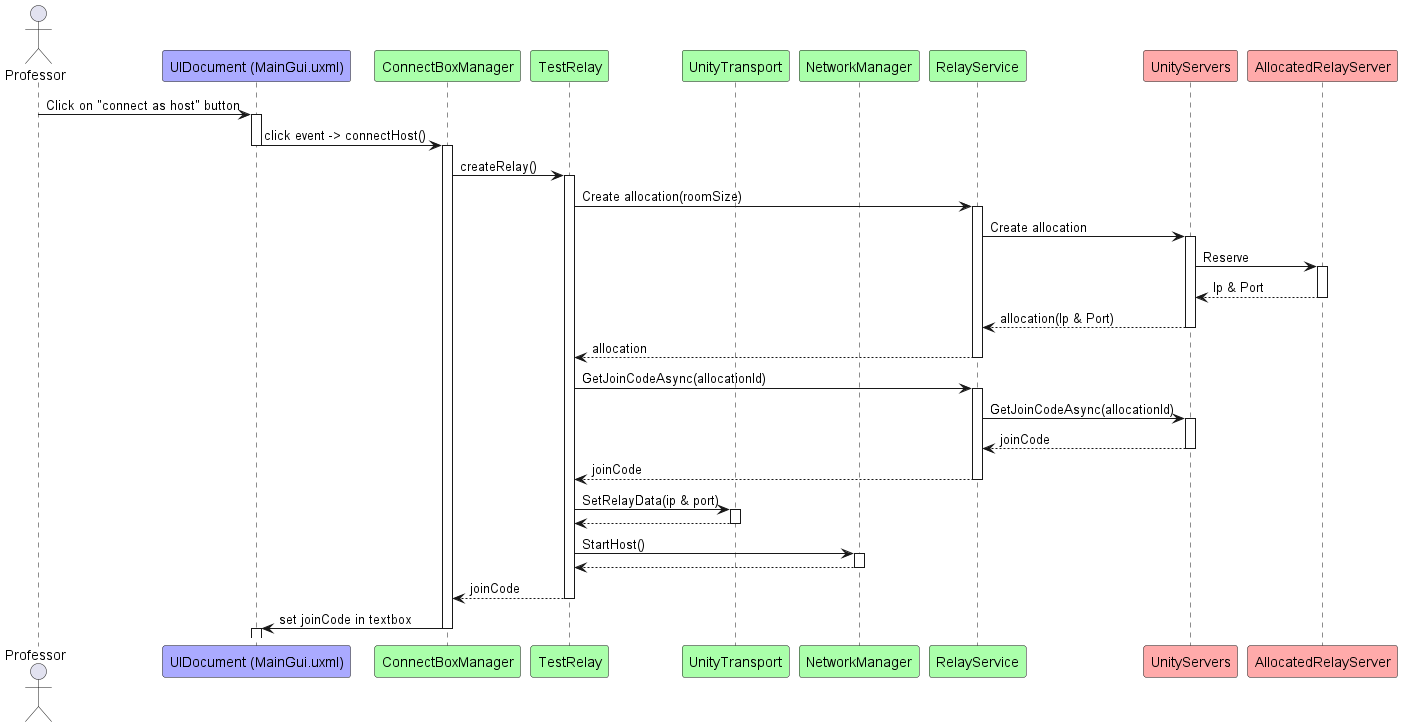
Before: TFG-new-project/Documentation/PlantUmlDiagrams/out/createRoomDiagram/createRoomDiagram.png, a diagram exported from PlantUML (AlexDeAguiar/TFG-new-repo).
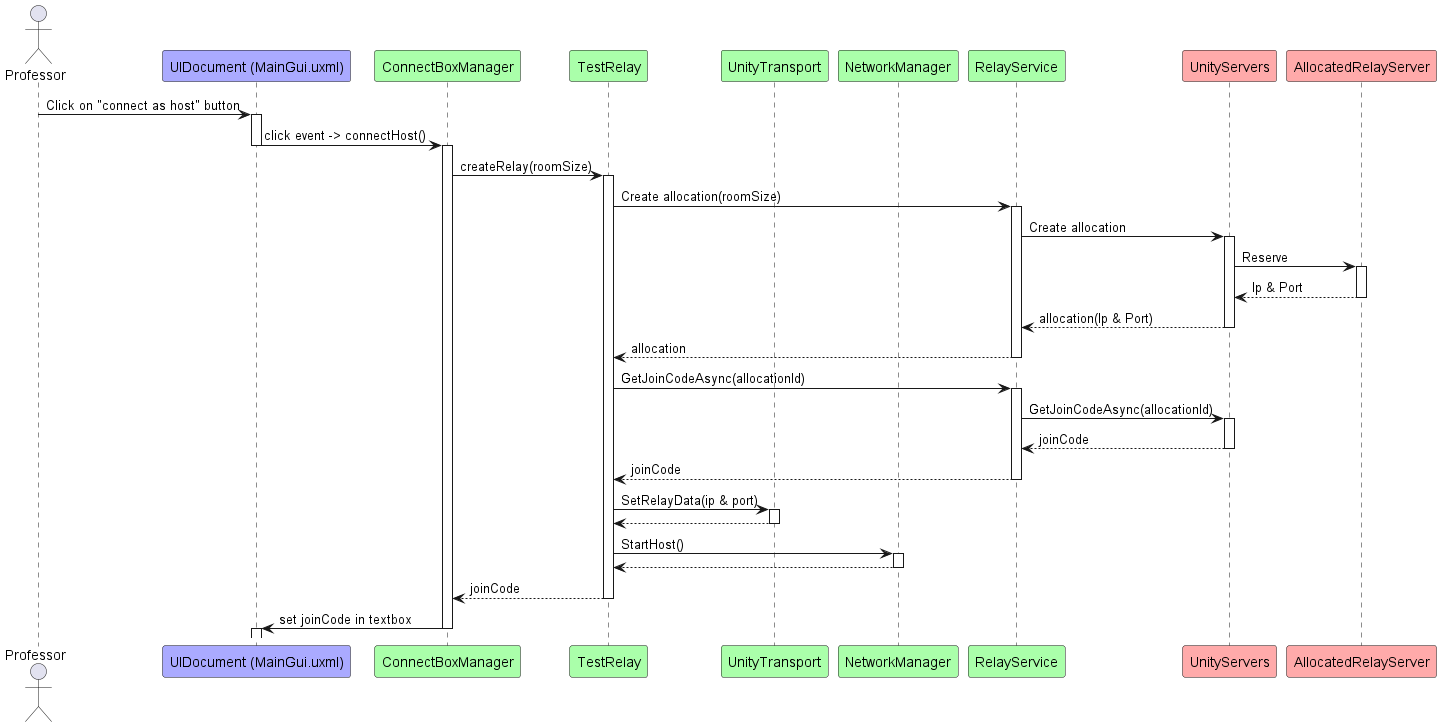
After the commit.

Commit message:
Added roomsize to create room diagram

Change to the diagram source:
```diff
@@ -15,7 +15,7 @@
 deactivate UIDocument
 
 activate ConnectBoxManager
-ConnectBoxManager  -> TestRelay: createRelay()
+ConnectBoxManager  -> TestRelay: createRelay(roomSize)
 activate TestRelay
 TestRelay -> RelayService : Create allocation(roomSize)
 activate RelayService
```
